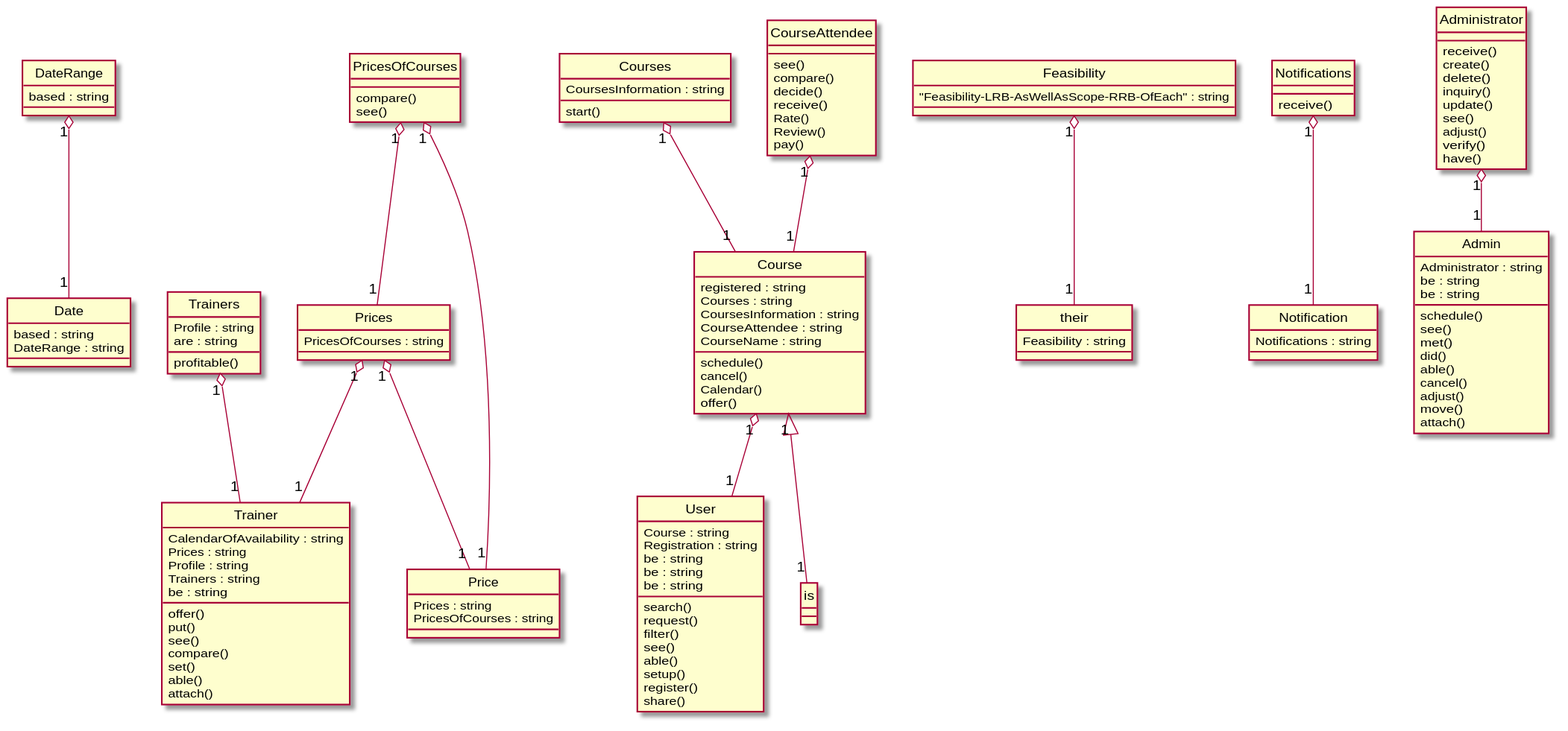
xixixhalu/DomainModelExtractor keeps this PlantUML diagram as Diagrams/2014-USC-Project11.svg. Above is the earlier version.
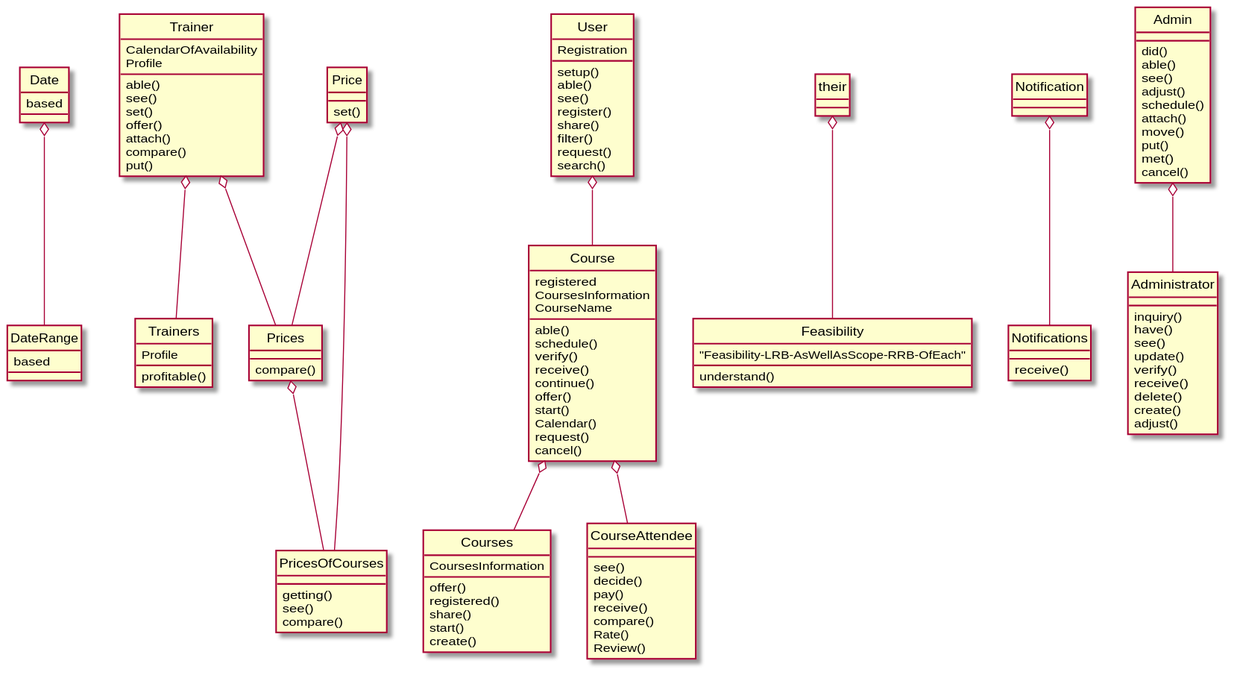
After the commit.

Change to the diagram source:
```diff
@@ -1,129 +1,124 @@
 @startuml
 hide circle
 class Date {
-	based : string
-	DateRange : string
+	based
 }
 class DateRange {
-	based : string
+	based
 }
 class Trainer {
-	CalendarOfAvailability : string
-	Prices : string
-	Profile : string
-	Trainers : string
-	be : string
+	CalendarOfAvailability
+	Profile
+	able()
+	see()
+	set()
 	offer()
+	attach()
+	compare()
 	put()
+}
+class User {
+	Registration
+	setup()
+	able()
+	see()
+	register()
+	share()
+	filter()
+	request()
+	search()
+}
+class Course {
+	registered
+	CoursesInformation
+	CourseName
+	able()
+	schedule()
+	verify()
+	receive()
+	continue()
+	offer()
+	start()
+	Calendar()
+	request()
+	cancel()
+}
+class their {
+}
+class Trainers {
+	Profile
+	profitable()
+}
+class Prices {
+	compare()
+}
+class Notification {
+}
+class Admin {
+	did()
+	able()
+	see()
+	adjust()
+	schedule()
+	attach()
+	move()
+	put()
+	met()
+	cancel()
+}
+class Price {
+	set()
+}
+class Courses {
+	CoursesInformation
+	offer()
+	registered()
+	share()
+	start()
+	create()
+}
+class Feasibility {
+	"Feasibility-LRB-AsWellAsScope-RRB-OfEach"
+	understand()
+}
+class Administrator {
+	inquiry()
+	have()
+	see()
+	update()
+	verify()
+	receive()
+	delete()
+	create()
+	adjust()
+}
+class PricesOfCourses {
+	getting()
 	see()
 	compare()
-	set()
-	able()
-	attach()
-}
-class User {
-	Course : string
-	Registration : string
-	be : string
-	be : string
-	be : string
-	search()
-	request()
-	filter()
-	see()
-	able()
-	setup()
-	register()
-	share()
-}
-class Course {
-	registered : string
-	Courses : string
-	CoursesInformation : string
-	CourseAttendee : string
-	CourseName : string
-	schedule()
-	cancel()
-	Calendar()
-	offer()
-}
-class their {
-	Feasibility : string
-}
-class Trainers {
-	Profile : string
-	are : string
-	profitable()
-}
-class Courses {
-	CoursesInformation : string
-	start()
-}
-class Notification {
-	Notifications : string
-}
-class Feasibility {
-	"Feasibility-LRB-AsWellAsScope-RRB-OfEach" : string
-}
-class Prices {
-	PricesOfCourses : string
-}
-class Price {
-	Prices : string
-	PricesOfCourses : string
-}
-class Admin {
-	Administrator : string
-	be : string
-	be : string
-	schedule()
-	see()
-	met()
-	did()
-	able()
-	cancel()
-	adjust()
-	move()
-	attach()
-}
-class Administrator {
-	receive()
-	create()
-	delete()
-	inquiry()
-	update()
-	see()
-	adjust()
-	verify()
-	have()
 }
 class CourseAttendee {
 	see()
+	decide()
+	pay()
+	receive()
 	compare()
-	decide()
-	receive()
 	Rate()
 	Review()
-	pay()
-}
-class PricesOfCourses {
-	compare()
-	see()
 }
 class Notifications {
 	receive()
 }
-Notifications "1" o-- "1" Notification
-Prices "1" o-- "1" Trainer
-Administrator "1" o-- "1" Admin
-PricesOfCourses "1" o-- "1" Prices
-Course "1" o-- "1" User
-Course "1" <|-- "1" is
-Prices "1" o-- "1" Price
-Courses "1" o-- "1" Course
-DateRange "1" o-- "1" Date
-PricesOfCourses "1" o-- "1" Price
-CourseAttendee "1" o-- "1" Course
-Trainers "1" o-- "1" Trainer
-Feasibility "1" o-- "1" their
+their o-- Feasibility
+Trainer o-- Trainers
+Prices o-- PricesOfCourses
+Trainer o-- Prices
+Notification o-- Notifications
+User o-- Course
+Admin o-- Administrator
+Course o-- Courses
+Price o-- Prices
+Course o-- CourseAttendee
+Date o-- DateRange
+Price o-- PricesOfCourses
 @enduml
```
